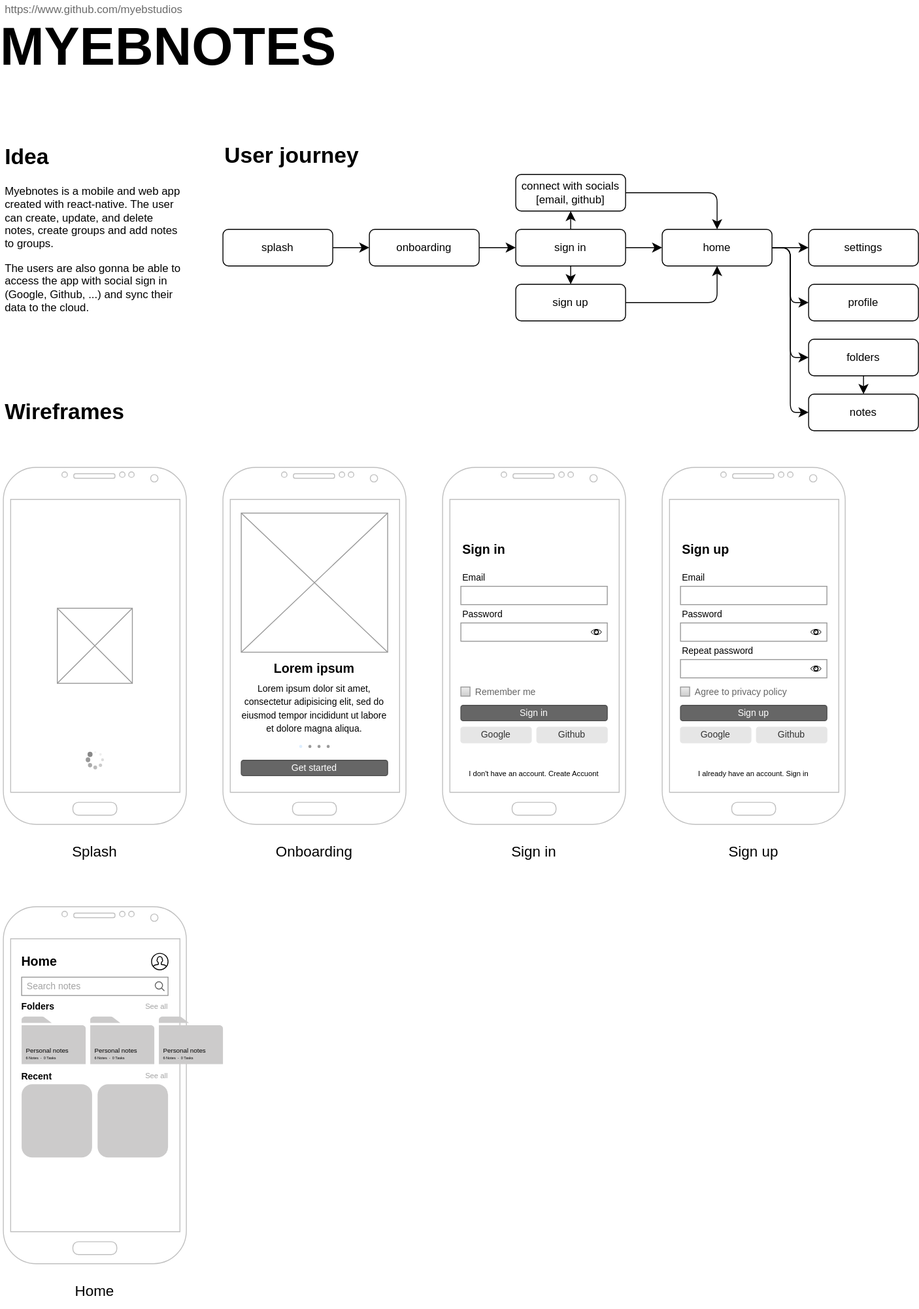
Before: docs/diagrams/concept.svg, a diagram exported from draw.io (myebstudios/myebnotes). Source tidied: cells renumbered, new cells last; positions are measured from the earlier drawing's top-left corner, leaving out a move shared by most shapes.
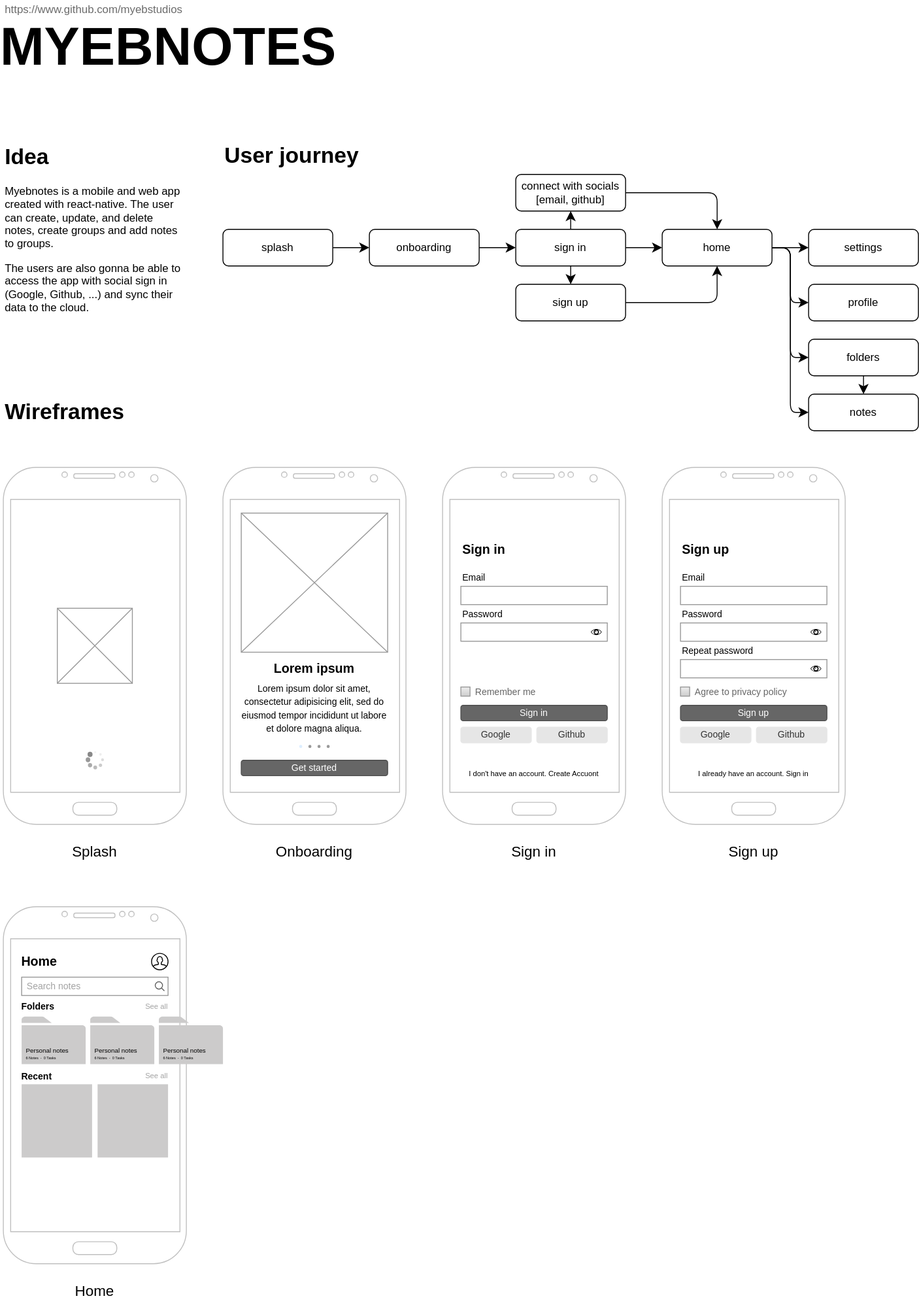
The same diagram one commit later.

Change to the diagram source:
```diff
@@ -281,10 +281,10 @@
     <mxCell id="94" value="See all" style="text;html=1;align=right;verticalAlign=middle;whiteSpace=wrap;rounded=1;fontSize=8;fillColor=none;fontColor=#A3A3A3;spacing=0;" parent="92" vertex="1">
       <mxGeometry x="120" width="40" height="10" as="geometry" />
     </mxCell>
-    <mxCell id="95" style="whiteSpace=wrap;html=1;strokeColor=none;fillColor=#cccbcb;rounded=1;" parent="1" vertex="1">
+    <mxCell id="95" style="whiteSpace=wrap;html=1;strokeColor=none;fillColor=#cccbcb;rounded=1;arcSize=0;" parent="1" vertex="1">
       <mxGeometry x="20" y="1184" width="77" height="80" as="geometry" />
     </mxCell>
-    <mxCell id="96" style="whiteSpace=wrap;html=1;strokeColor=none;fillColor=#cccbcb;rounded=1;" parent="1" vertex="1">
+    <mxCell id="96" style="whiteSpace=wrap;html=1;strokeColor=none;fillColor=#cccbcb;rounded=1;arcSize=0;" parent="1" vertex="1">
       <mxGeometry x="103" y="1184" width="77" height="80" as="geometry" />
     </mxCell>
     <mxCell id="97" style="group;rounded=1;" parent="1" vertex="1">
```
